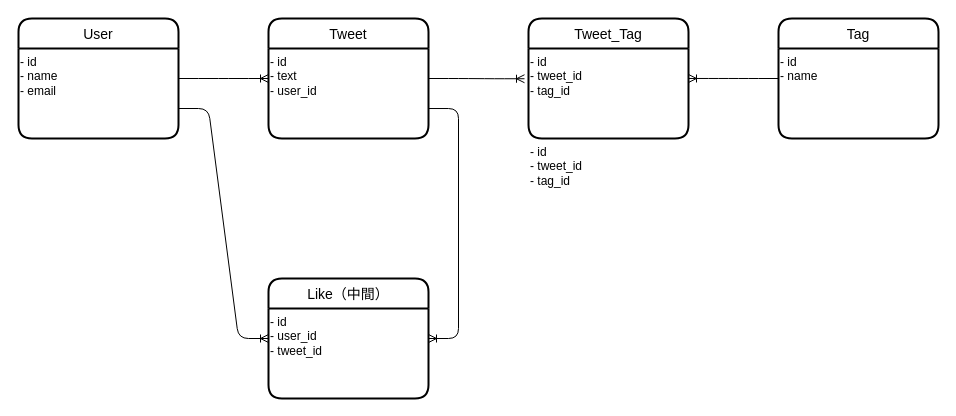
mzw86020424/rails-mzw-001 keeps this draw.io diagram as ER.drawio. Above is the earlier version. Source tidied: cells renumbered, new cells numbered last; positions are measured from the earlier drawing's top-left corner, leaving out a move shared by most shapes. Both pictures are drawn from the tidied source at 100%, with x=0, y=0 at pixel (18, 18).
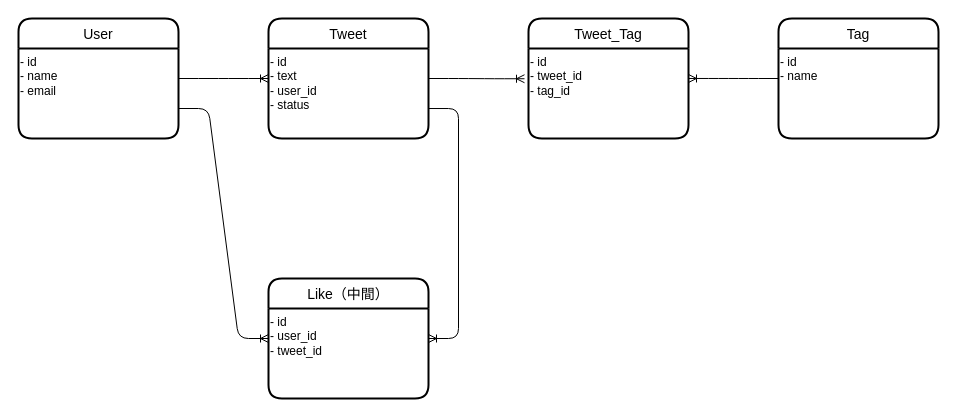
The same page after the edit.

What changed in the source:
```diff
@@
 <mxGraphModel>
   <root>
     <mxCell id="0" />
     <mxCell id="1" parent="0" />
     <mxCell id="2" value="User" style="swimlane;horizontal=1;startSize=30;rounded=1;fontSize=14;fontStyle=0;strokeWidth=2;shadow=0;dashed=0;align=center;" parent="1" vertex="1">
       <mxGeometry width="160" height="120" as="geometry" />
     </mxCell>
     <mxCell id="3" value="- id&lt;br&gt;- name&lt;br&gt;- email" style="text;html=1;align=left;verticalAlign=top;strokeColor=none;fillColor=none;" parent="2" vertex="1">
       <mxGeometry y="30" width="160" height="90" as="geometry" />
     </mxCell>
     <mxCell id="4" value="Tweet" style="swimlane;horizontal=1;startSize=30;rounded=1;fontSize=14;fontStyle=0;strokeWidth=2;shadow=0;dashed=0;align=center;" parent="1" vertex="1">
       <mxGeometry x="250" width="160" height="120" as="geometry" />
     </mxCell>
-    <mxCell id="5" value="- id&lt;br&gt;- text&lt;br&gt;- user_id" style="text;html=1;align=left;verticalAlign=top;points=[];strokeColor=none;fillColor=none;" parent="4" vertex="1">
+    <mxCell id="5" value="- id&lt;br&gt;- text&lt;br&gt;- user_id&lt;br&gt;- status" style="text;html=1;align=left;verticalAlign=top;points=[];strokeColor=none;fillColor=none;" parent="4" vertex="1">
       <mxGeometry y="30" width="160" height="90" as="geometry" />
     </mxCell>
     <mxCell id="6" value="Like（中間）" style="swimlane;horizontal=1;startSize=30;rounded=1;fontSize=14;fontStyle=0;strokeWidth=2;shadow=0;dashed=0;align=center;" parent="1" vertex="1">
       <mxGeometry x="250" y="260" width="160" height="120" as="geometry" />
     </mxCell>
     <mxCell id="7" value="- id&lt;br&gt;- user_id&lt;br&gt;- tweet_id" style="text;html=1;align=left;verticalAlign=top;strokeColor=none;fillColor=none;" parent="6" vertex="1">
       <mxGeometry y="30" width="160" height="90" as="geometry" />
     </mxCell>
     <mxCell id="8" value="Tag" style="swimlane;horizontal=1;startSize=30;rounded=1;fontSize=14;fontStyle=0;strokeWidth=2;shadow=0;dashed=0;align=center;" parent="1" vertex="1">
       <mxGeometry x="760" width="160" height="120" as="geometry" />
     </mxCell>
     <mxCell id="9" value="- id&lt;br&gt;- name" style="text;html=1;align=left;verticalAlign=top;strokeColor=none;fillColor=none;horizontal=1;" parent="8" vertex="1">
       <mxGeometry y="30" width="160" height="90" as="geometry" />
     </mxCell>
     <mxCell id="10" style="edgeStyle=entityRelationEdgeStyle;fontSize=12;html=1;endArrow=ERoneToMany;exitX=1;exitY=0.5;exitDx=0;exitDy=0;entryX=0;entryY=0.5;entryDx=0;entryDy=0;" parent="1" edge="1" source="2" target="4">
       <mxGeometry relative="1" as="geometry" />
     </mxCell>
     <mxCell id="11" style="edgeStyle=entityRelationEdgeStyle;fontSize=12;html=1;endArrow=ERoneToMany;exitX=1;exitY=0.75;exitDx=0;exitDy=0;entryX=0;entryY=0.5;entryDx=0;entryDy=0;" parent="1" edge="1" source="2" target="6">
       <mxGeometry relative="1" as="geometry" />
     </mxCell>
     <mxCell id="12" style="edgeStyle=entityRelationEdgeStyle;fontSize=12;html=1;endArrow=ERoneToMany;entryX=1;entryY=0.5;entryDx=0;entryDy=0;exitX=1;exitY=0.667;exitDx=0;exitDy=0;exitPerimeter=0;" parent="1" edge="1" source="5" target="6">
       <mxGeometry relative="1" as="geometry" />
     </mxCell>
     <mxCell id="13" value="Tweet_Tag" style="swimlane;horizontal=1;startSize=30;rounded=1;fontSize=14;fontStyle=0;strokeWidth=2;shadow=0;dashed=0;align=center;" parent="1" vertex="1">
       <mxGeometry x="510" width="160" height="120" as="geometry" />
     </mxCell>
     <mxCell id="14" value="- id&lt;br&gt;- tweet_id&lt;br&gt;- tag_id" style="text;html=1;align=left;verticalAlign=top;points=[];strokeColor=none;fillColor=none;horizontal=1;" parent="13" vertex="1">
       <mxGeometry y="30" width="160" height="90" as="geometry" />
     </mxCell>
-    <mxCell id="15" value="- id&lt;br&gt;- tweet_id&lt;br&gt;- tag_id" style="text;html=1;align=left;verticalAlign=top;strokeColor=none;fillColor=none;horizontal=1;" parent="13" vertex="1">
-      <mxGeometry y="120" width="160" as="geometry" />
-    </mxCell>
     <mxCell id="16" style="edgeStyle=entityRelationEdgeStyle;fontSize=12;html=1;endArrow=ERoneToMany;entryX=-0.025;entryY=0.336;entryDx=0;entryDy=0;entryPerimeter=0;" parent="1" edge="1" target="14">
       <mxGeometry relative="1" as="geometry">
         <mxPoint x="410" y="60" as="sourcePoint" />
       </mxGeometry>
     </mxCell>
     <mxCell id="17" style="edgeStyle=entityRelationEdgeStyle;fontSize=12;html=1;endArrow=ERoneToMany;exitX=0;exitY=0.5;exitDx=0;exitDy=0;entryX=1;entryY=0.333;entryDx=0;entryDy=0;entryPerimeter=0;" parent="1" edge="1" source="8" target="14">
       <mxGeometry relative="1" as="geometry" />
     </mxCell>
   </root>
 </mxGraphModel>
```
